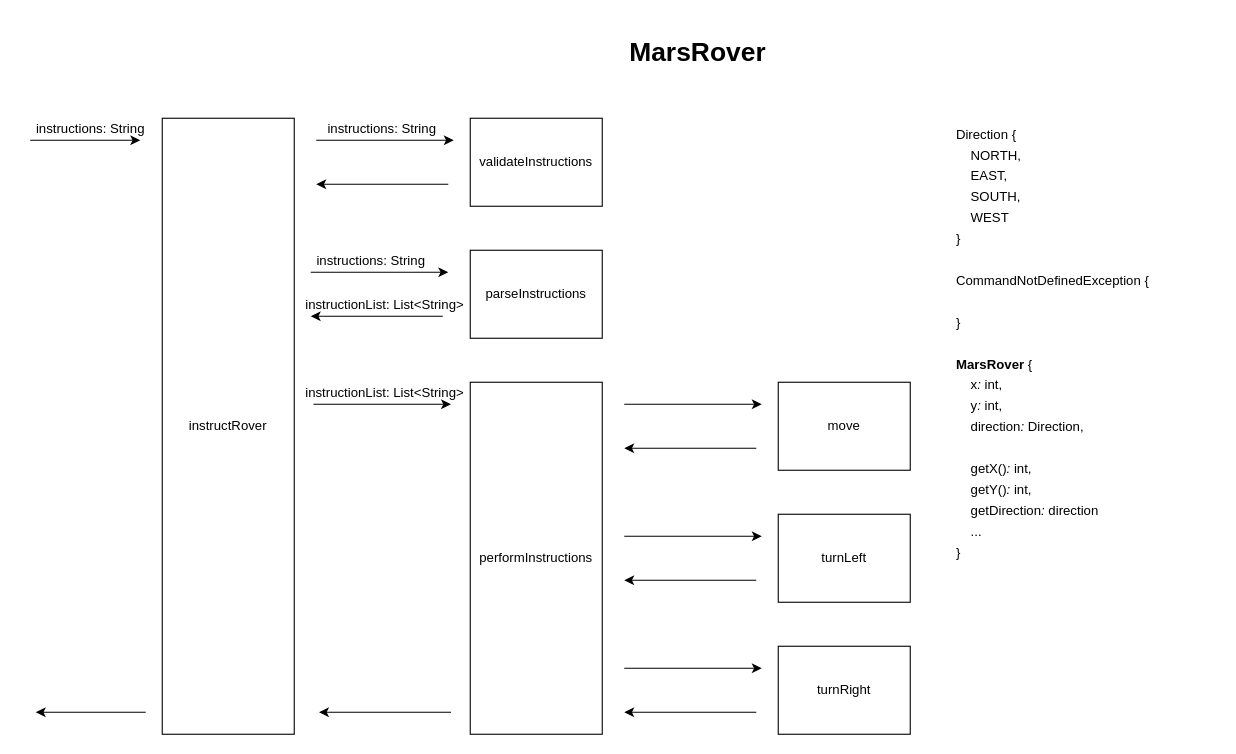
Above: context-map.drawio in bacaljo/mars-rover-tdd-2020-10-10-6-4-42-527 (draw.io), before the change. Source tidied: cells renumbered, new cells numbered last; positions are measured from the earlier drawing's top-left corner, leaving out a move shared by most shapes. Both pictures are drawn from the tidied source at 110%, with x=0, y=0 at pixel (19, 30).
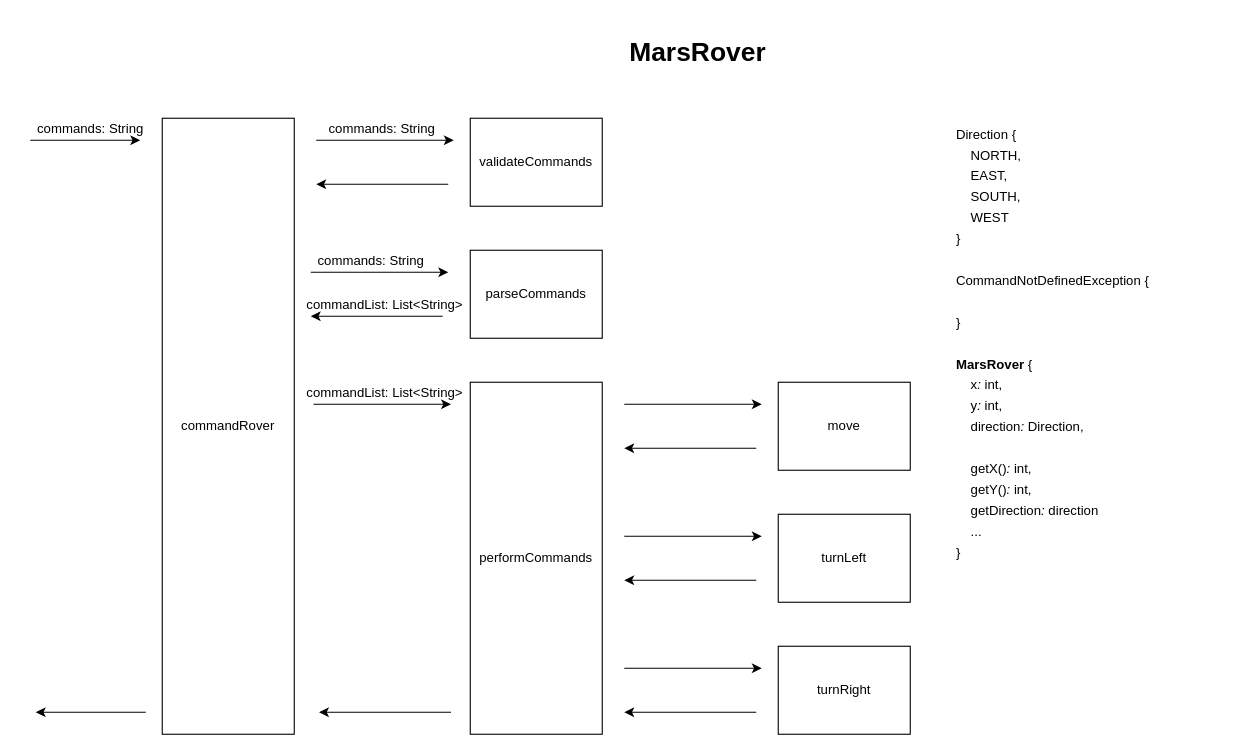
Above is the later version.

Commit message (it also covers changes not shown here):
[Mars Rover] [John Emmanuel] doc: change instructions to commands for consistency in context-map

What changed in the source:
```diff
@@
-    <mxCell id="2" value="instructRover" style="rounded=0;whiteSpace=wrap;html=1;" parent="1" vertex="1">
+    <mxCell id="2" value="commandRover" style="rounded=0;whiteSpace=wrap;html=1;" parent="1" vertex="1">
       <mxGeometry x="130" y="80" width="120" height="560" as="geometry" />
     </mxCell>
@@
-    <mxCell id="5" value="instructions: String" style="text;html=1;strokeColor=none;fillColor=none;align=center;verticalAlign=middle;whiteSpace=wrap;rounded=0;" parent="1" vertex="1">
+    <mxCell id="5" value="commands: String" style="text;html=1;strokeColor=none;fillColor=none;align=center;verticalAlign=middle;whiteSpace=wrap;rounded=0;" parent="1" vertex="1">
       <mxGeometry y="80" width="130" height="20" as="geometry" />
     </mxCell>
@@
-    <mxCell id="8" value="performInstructions" style="rounded=0;whiteSpace=wrap;html=1;" parent="1" vertex="1">
+    <mxCell id="8" value="performCommands" style="rounded=0;whiteSpace=wrap;html=1;" parent="1" vertex="1">
       <mxGeometry x="410" y="320" width="120" height="320" as="geometry" />
     </mxCell>
@@
-    <mxCell id="14" value="parseInstructions" style="rounded=0;whiteSpace=wrap;html=1;" parent="1" vertex="1">
+    <mxCell id="14" value="parseCommands" style="rounded=0;whiteSpace=wrap;html=1;" parent="1" vertex="1">
       <mxGeometry x="410" y="200" width="120" height="80" as="geometry" />
     </mxCell>
@@
-    <mxCell id="17" value="validateInstructions" style="rounded=0;whiteSpace=wrap;html=1;" parent="1" vertex="1">
+    <mxCell id="17" value="validateCommands" style="rounded=0;whiteSpace=wrap;html=1;" parent="1" vertex="1">
       <mxGeometry x="410" y="80" width="120" height="80" as="geometry" />
     </mxCell>
@@
-    <mxCell id="20" value="instructions: String" style="text;html=1;strokeColor=none;fillColor=none;align=center;verticalAlign=middle;whiteSpace=wrap;rounded=0;" parent="1" vertex="1">
+    <mxCell id="20" value="commands: String" style="text;html=1;strokeColor=none;fillColor=none;align=center;verticalAlign=middle;whiteSpace=wrap;rounded=0;" parent="1" vertex="1">
       <mxGeometry x="265" y="80" width="130" height="20" as="geometry" />
     </mxCell>
-    <mxCell id="21" value="instructions: String" style="text;html=1;strokeColor=none;fillColor=none;align=center;verticalAlign=middle;whiteSpace=wrap;rounded=0;" parent="1" vertex="1">
+    <mxCell id="21" value="commands: String" style="text;html=1;strokeColor=none;fillColor=none;align=center;verticalAlign=middle;whiteSpace=wrap;rounded=0;" parent="1" vertex="1">
       <mxGeometry x="255" y="200" width="130" height="20" as="geometry" />
     </mxCell>
-    <mxCell id="22" value="instructionList: List&amp;lt;String&amp;gt;" style="text;html=1;strokeColor=none;fillColor=none;align=center;verticalAlign=middle;whiteSpace=wrap;rounded=0;" parent="1" vertex="1">
+    <mxCell id="22" value="commandList: List&amp;lt;String&amp;gt;" style="text;html=1;strokeColor=none;fillColor=none;align=center;verticalAlign=middle;whiteSpace=wrap;rounded=0;" parent="1" vertex="1">
       <mxGeometry x="255" y="240" width="155" height="20" as="geometry" />
     </mxCell>
@@
-    <mxCell id="24" value="instructionList: List&amp;lt;String&amp;gt;" style="text;html=1;strokeColor=none;fillColor=none;align=center;verticalAlign=middle;whiteSpace=wrap;rounded=0;" parent="1" vertex="1">
+    <mxCell id="24" value="commandList: List&amp;lt;String&amp;gt;" style="text;html=1;strokeColor=none;fillColor=none;align=center;verticalAlign=middle;whiteSpace=wrap;rounded=0;" parent="1" vertex="1">
       <mxGeometry x="255" y="320" width="155" height="20" as="geometry" />
     </mxCell>
```
